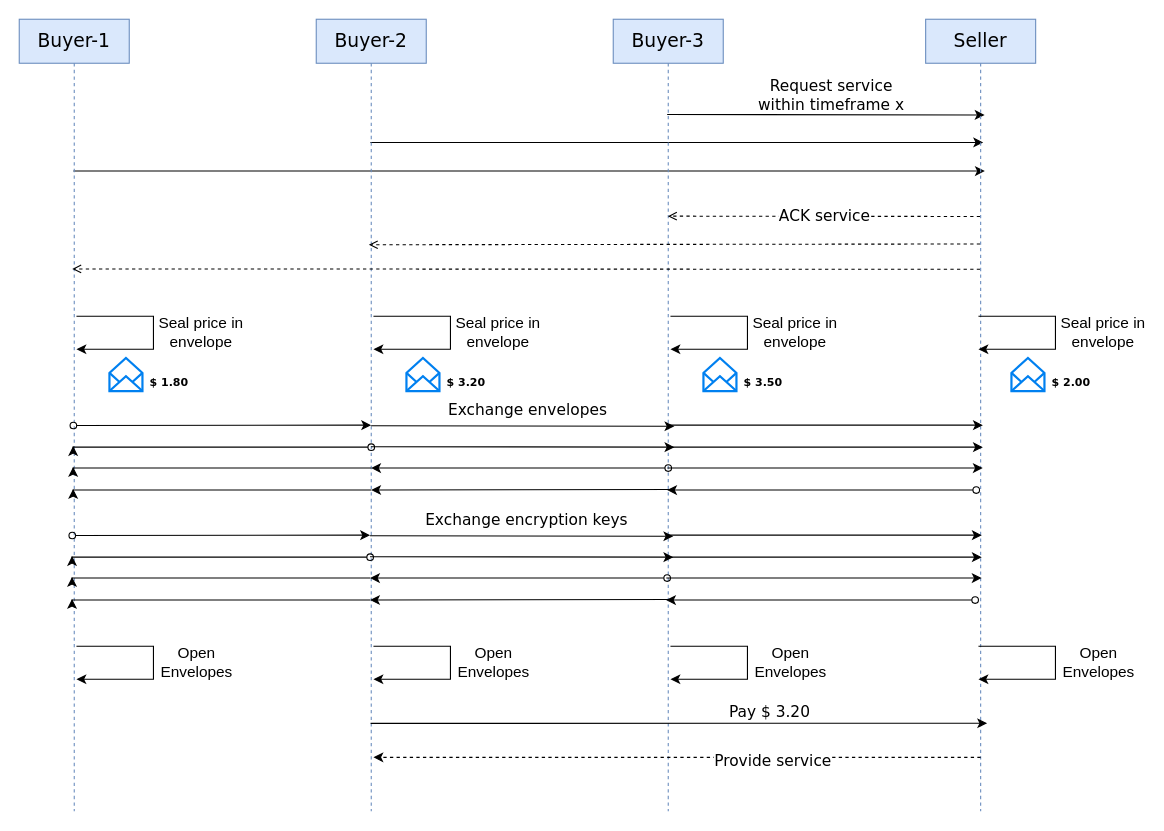
ETCE-LAB/teaching-material keeps this draw.io diagram as page "Page-2" (2 of 2) of Emerging-Technologies-for-the-Circular-Economy/figures/Auctions-and-negotiations.drawio. Above is the earlier version. Source tidied: cells renumbered, new cells numbered last; positions are measured from the earlier drawing's top-left corner, leaving out a move shared by most shapes. Both pictures are drawn from the tidied source at 110%, with x=0, y=0 at pixel (19, 19).
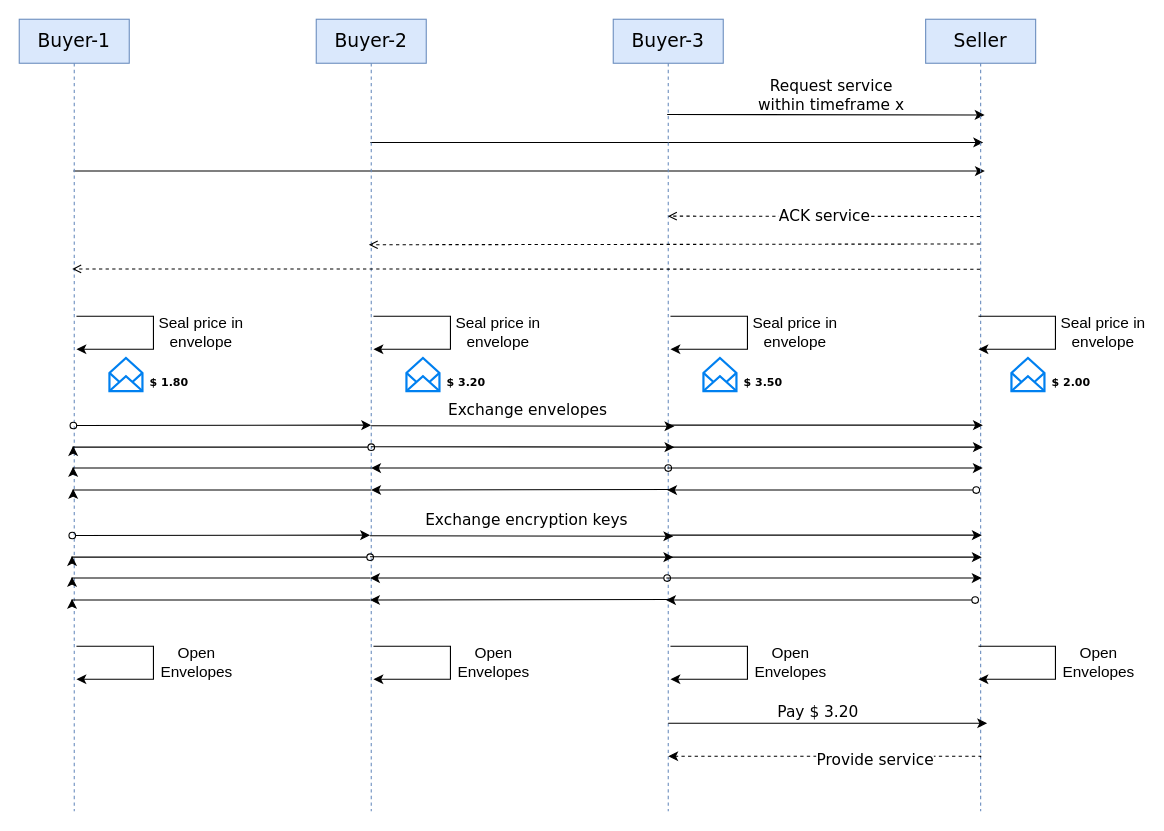
After the change.

Diff of the diagram source:
```diff
@@
     <mxCell id="42" style="edgeStyle=elbowEdgeStyle;rounded=0;orthogonalLoop=1;jettySize=auto;html=1;elbow=vertical;curved=0;entryX=0.559;entryY=0.968;entryDx=0;entryDy=0;entryPerimeter=0;" parent="1" edge="1">
       <mxGeometry relative="1" as="geometry">
-        <mxPoint x="319.4" y="640.1" as="sourcePoint" />
+        <mxPoint x="590" y="640" as="sourcePoint" />
         <mxPoint x="879.9" y="640.4" as="targetPoint" />
       </mxGeometry>
     </mxCell>
     <mxCell id="43" value="Pay $ 3.20" style="edgeLabel;html=1;align=center;verticalAlign=middle;fontFamily=Dejavu Sans;fontSize=14;" parent="42" vertex="1">
       <mxGeometry x="0.29" y="-2" relative="1" as="geometry">
-        <mxPoint y="-13" as="offset" />
+        <mxPoint x="-52" y="-13" as="offset" />
       </mxGeometry>
     </mxCell>
-    <mxCell id="44" style="edgeStyle=elbowEdgeStyle;rounded=0;orthogonalLoop=1;jettySize=auto;html=1;elbow=vertical;curved=0;entryX=0.522;entryY=0.967;entryDx=0;entryDy=0;entryPerimeter=0;dashed=1;" parent="1" edge="1">
+    <mxCell id="44" style="edgeStyle=elbowEdgeStyle;rounded=0;orthogonalLoop=1;jettySize=auto;html=1;elbow=vertical;curved=0;dashed=1;" parent="1" edge="1">
       <mxGeometry relative="1" as="geometry">
         <mxPoint x="874" y="671" as="sourcePoint" />
-        <mxPoint x="322" y="671" as="targetPoint" />
+        <mxPoint x="590" y="670" as="targetPoint" />
+        <Array as="points">
+          <mxPoint x="600" y="670" />
+        </Array>
       </mxGeometry>
     </mxCell>
```
